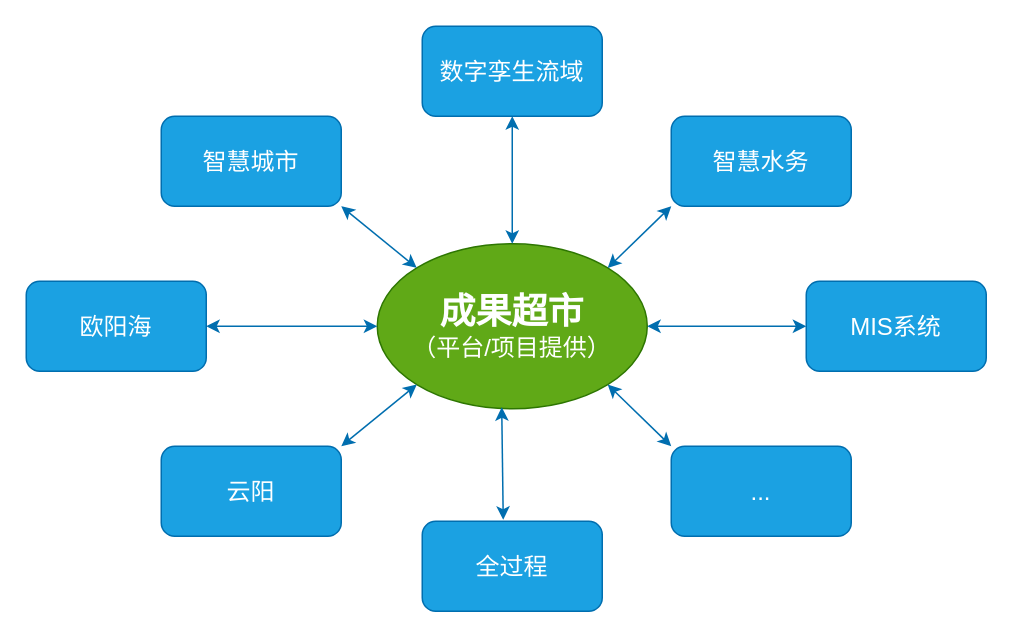
Above: 低代码——成果超市.drawio in tangyaosimida/love (draw.io), before the change. Source tidied: cells renumbered, new cells numbered last; positions are measured from the earlier drawing's top-left corner, leaving out a move shared by most shapes. Both pictures are drawn from the tidied source at 150%, with x=0, y=0 at pixel (26, 26).
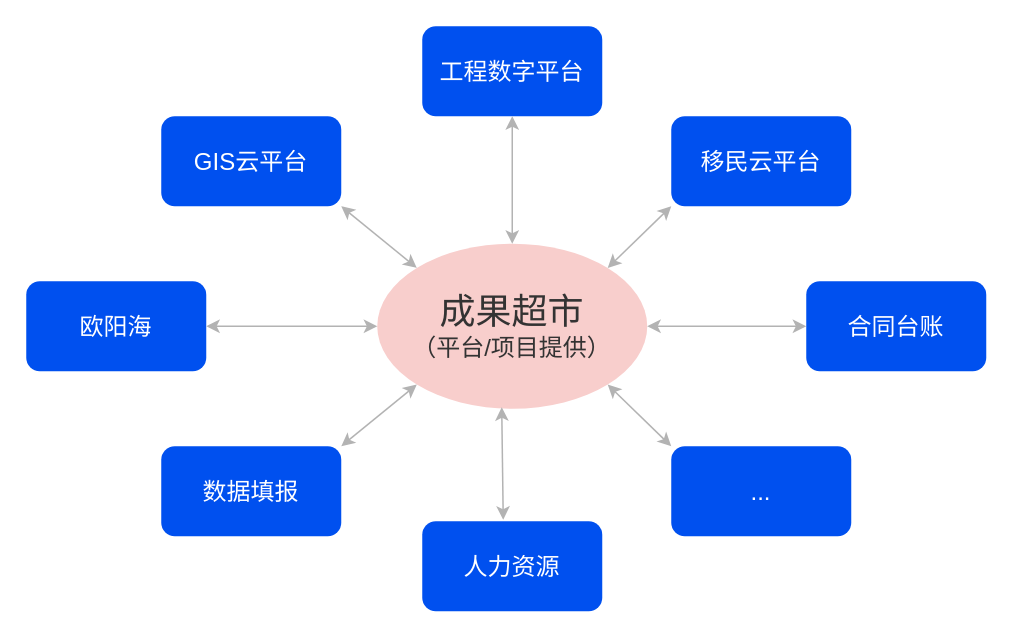
Above is the later version.

Commit message:
更新低代码——成果超市.drawio

What changed in the source:
```diff
@@
 <mxGraphModel>
   <root>
     <mxCell id="0" />
     <mxCell id="1" parent="0" />
-    <mxCell id="2" value="数字孪生流域" style="rounded=1;whiteSpace=wrap;html=1;fontSize=16;fillColor=#1ba1e2;strokeColor=#006EAF;fontColor=#ffffff;" parent="1" vertex="1">
+    <mxCell id="2" value="工程数字平台" style="rounded=1;whiteSpace=wrap;html=1;fontSize=16;fillColor=#0050ef;strokeColor=none;fontColor=#ffffff;" parent="1" vertex="1">
       <mxGeometry x="264" width="120" height="60" as="geometry" />
     </mxCell>
-    <mxCell id="3" value="智慧城市" style="rounded=1;whiteSpace=wrap;html=1;fontSize=16;fillColor=#1ba1e2;fontColor=#ffffff;strokeColor=#006EAF;" parent="1" vertex="1">
+    <mxCell id="3" value="GIS云平台" style="rounded=1;whiteSpace=wrap;html=1;fontSize=16;fillColor=#0050ef;fontColor=#ffffff;strokeColor=none;" parent="1" vertex="1">
       <mxGeometry x="90" y="60" width="120" height="60" as="geometry" />
     </mxCell>
-    <mxCell id="4" value="智慧水务" style="rounded=1;whiteSpace=wrap;html=1;fontSize=16;fillColor=#1ba1e2;strokeColor=#006EAF;fontColor=#ffffff;" parent="1" vertex="1">
+    <mxCell id="4" value="移民云平台" style="rounded=1;whiteSpace=wrap;html=1;fontSize=16;fillColor=#0050ef;strokeColor=none;fontColor=#ffffff;" parent="1" vertex="1">
       <mxGeometry x="430" y="60" width="120" height="60" as="geometry" />
     </mxCell>
-    <mxCell id="5" value="欧阳海" style="rounded=1;whiteSpace=wrap;html=1;fontSize=16;fillColor=#1ba1e2;strokeColor=#006EAF;fontColor=#ffffff;" parent="1" vertex="1">
+    <mxCell id="5" value="欧阳海" style="rounded=1;whiteSpace=wrap;html=1;fontSize=16;fillColor=#0050ef;strokeColor=none;fontColor=#ffffff;" parent="1" vertex="1">
       <mxGeometry y="170" width="120" height="60" as="geometry" />
     </mxCell>
-    <mxCell id="6" value="MIS系统" style="rounded=1;whiteSpace=wrap;html=1;fontSize=16;fillColor=#1ba1e2;strokeColor=#006EAF;fontColor=#ffffff;" parent="1" vertex="1">
+    <mxCell id="6" value="合同台账" style="rounded=1;whiteSpace=wrap;html=1;fontSize=16;fillColor=#0050ef;strokeColor=none;fontColor=#ffffff;" parent="1" vertex="1">
       <mxGeometry x="520" y="170" width="120" height="60" as="geometry" />
     </mxCell>
-    <mxCell id="7" value="云阳" style="rounded=1;whiteSpace=wrap;html=1;fontSize=16;fillColor=#1ba1e2;strokeColor=#006EAF;fontColor=#ffffff;" parent="1" vertex="1">
+    <mxCell id="7" value="数据填报" style="rounded=1;whiteSpace=wrap;html=1;fontSize=16;fillColor=#0050ef;strokeColor=none;fontColor=#ffffff;" parent="1" vertex="1">
       <mxGeometry x="90" y="280" width="120" height="60" as="geometry" />
     </mxCell>
-    <mxCell id="8" value="..." style="rounded=1;whiteSpace=wrap;html=1;fontSize=16;fillColor=#1ba1e2;strokeColor=#006EAF;fontColor=#ffffff;" parent="1" vertex="1">
+    <mxCell id="8" value="..." style="rounded=1;whiteSpace=wrap;html=1;fontSize=16;fillColor=#0050ef;strokeColor=none;fontColor=#ffffff;" parent="1" vertex="1">
       <mxGeometry x="430" y="280" width="120" height="60" as="geometry" />
     </mxCell>
-    <mxCell id="9" value="全过程" style="rounded=1;whiteSpace=wrap;html=1;fontSize=16;fillColor=#1ba1e2;strokeColor=#006EAF;fontColor=#ffffff;" parent="1" vertex="1">
+    <mxCell id="9" value="人力资源" style="rounded=1;whiteSpace=wrap;html=1;fontSize=16;fillColor=#0050ef;strokeColor=none;fontColor=#ffffff;" parent="1" vertex="1">
       <mxGeometry x="264" y="330" width="120" height="60" as="geometry" />
     </mxCell>
-    <mxCell id="10" value="&lt;font style=&quot;font-size: 24px;&quot;&gt;&lt;b&gt;成果超市&lt;/b&gt;&lt;/font&gt;&lt;div&gt;&lt;font size=&quot;3&quot;&gt;（平台/项目提供）&lt;/font&gt;&lt;/div&gt;" style="ellipse;whiteSpace=wrap;html=1;fillColor=#60a917;strokeColor=#2D7600;fontColor=#ffffff;" parent="1" vertex="1">
+    <mxCell id="10" value="&lt;font color=&quot;#333333&quot; style=&quot;font-size: 24px;&quot;&gt;成果超市&lt;/font&gt;&lt;div&gt;&lt;font color=&quot;#333333&quot; size=&quot;3&quot;&gt;（平台/项目提供）&lt;/font&gt;&lt;/div&gt;" style="ellipse;whiteSpace=wrap;html=1;fillColor=#f8cecc;strokeColor=none;" parent="1" vertex="1">
       <mxGeometry x="234" y="145" width="180" height="110" as="geometry" />
     </mxCell>
-    <mxCell id="11" style="endArrow=classic;startArrow=classic;html=1;rounded=0;exitX=0.5;exitY=0;exitDx=0;exitDy=0;fillColor=#1ba1e2;strokeColor=#006EAF;" parent="1" edge="1" source="10" target="2">
+    <mxCell id="11" style="endArrow=classic;startArrow=classic;html=1;rounded=0;exitX=0.5;exitY=0;exitDx=0;exitDy=0;fillColor=#1ba1e2;strokeColor=#B3B3B3;" parent="1" edge="1" source="10" target="2">
       <mxGeometry relative="1" as="geometry" />
     </mxCell>
-    <mxCell id="12" style="endArrow=classic;startArrow=classic;html=1;rounded=0;entryX=0;entryY=1;entryDx=0;entryDy=0;exitX=1;exitY=0;exitDx=0;exitDy=0;fillColor=#1ba1e2;strokeColor=#006EAF;" parent="1" edge="1" source="10" target="4">
+    <mxCell id="12" style="endArrow=classic;startArrow=classic;html=1;rounded=0;entryX=0;entryY=1;entryDx=0;entryDy=0;exitX=1;exitY=0;exitDx=0;exitDy=0;fillColor=#1ba1e2;strokeColor=#B3B3B3;" parent="1" edge="1" source="10" target="4">
       <mxGeometry relative="1" as="geometry" />
     </mxCell>
-    <mxCell id="13" style="endArrow=classic;startArrow=classic;html=1;rounded=0;exitX=1;exitY=0.5;exitDx=0;exitDy=0;entryX=0;entryY=0.5;entryDx=0;entryDy=0;fillColor=#1ba1e2;strokeColor=#006EAF;" parent="1" edge="1" source="10" target="6">
+    <mxCell id="13" style="endArrow=classic;startArrow=classic;html=1;rounded=0;exitX=1;exitY=0.5;exitDx=0;exitDy=0;entryX=0;entryY=0.5;entryDx=0;entryDy=0;fillColor=#1ba1e2;strokeColor=#B3B3B3;" parent="1" edge="1" source="10" target="6">
       <mxGeometry relative="1" as="geometry" />
     </mxCell>
-    <mxCell id="14" style="endArrow=classic;startArrow=classic;html=1;rounded=0;exitX=1;exitY=1;exitDx=0;exitDy=0;entryX=0;entryY=0;entryDx=0;entryDy=0;fillColor=#1ba1e2;strokeColor=#006EAF;" parent="1" edge="1" source="10" target="8">
+    <mxCell id="14" style="endArrow=classic;startArrow=classic;html=1;rounded=0;exitX=1;exitY=1;exitDx=0;exitDy=0;entryX=0;entryY=0;entryDx=0;entryDy=0;fillColor=#1ba1e2;strokeColor=#B3B3B3;" parent="1" edge="1" source="10" target="8">
       <mxGeometry relative="1" as="geometry" />
     </mxCell>
-    <mxCell id="15" style="endArrow=classic;startArrow=classic;html=1;rounded=0;exitX=0;exitY=0;exitDx=0;exitDy=0;entryX=1;entryY=1;entryDx=0;entryDy=0;fillColor=#1ba1e2;strokeColor=#006EAF;" parent="1" edge="1" source="10" target="3">
+    <mxCell id="15" style="endArrow=classic;startArrow=classic;html=1;rounded=0;exitX=0;exitY=0;exitDx=0;exitDy=0;entryX=1;entryY=1;entryDx=0;entryDy=0;fillColor=#1ba1e2;strokeColor=#B3B3B3;" parent="1" edge="1" source="10" target="3">
       <mxGeometry relative="1" as="geometry" />
     </mxCell>
-    <mxCell id="16" style="endArrow=classic;startArrow=classic;html=1;rounded=0;exitX=0;exitY=0.5;exitDx=0;exitDy=0;entryX=1;entryY=0.5;entryDx=0;entryDy=0;fillColor=#1ba1e2;strokeColor=#006EAF;" parent="1" edge="1" source="10" target="5">
+    <mxCell id="16" style="endArrow=classic;startArrow=classic;html=1;rounded=0;exitX=0;exitY=0.5;exitDx=0;exitDy=0;entryX=1;entryY=0.5;entryDx=0;entryDy=0;fillColor=#1ba1e2;strokeColor=#B3B3B3;" parent="1" edge="1" source="10" target="5">
       <mxGeometry relative="1" as="geometry" />
     </mxCell>
-    <mxCell id="17" style="endArrow=classic;startArrow=classic;html=1;rounded=0;exitX=0;exitY=1;exitDx=0;exitDy=0;entryX=1;entryY=0;entryDx=0;entryDy=0;fillColor=#1ba1e2;strokeColor=#006EAF;" parent="1" edge="1" source="10" target="7">
+    <mxCell id="17" style="endArrow=classic;startArrow=classic;html=1;rounded=0;exitX=0;exitY=1;exitDx=0;exitDy=0;entryX=1;entryY=0;entryDx=0;entryDy=0;fillColor=#1ba1e2;strokeColor=#B3B3B3;" parent="1" edge="1" source="10" target="7">
       <mxGeometry relative="1" as="geometry" />
     </mxCell>
-    <mxCell id="18" style="endArrow=classic;startArrow=classic;html=1;rounded=0;exitX=0.461;exitY=0.991;exitDx=0;exitDy=0;entryX=0.45;entryY=-0.017;entryDx=0;entryDy=0;exitPerimeter=0;entryPerimeter=0;fillColor=#1ba1e2;strokeColor=#006EAF;" parent="1" edge="1" source="10" target="9">
+    <mxCell id="18" style="endArrow=classic;startArrow=classic;html=1;rounded=0;exitX=0.461;exitY=0.991;exitDx=0;exitDy=0;entryX=0.45;entryY=-0.017;entryDx=0;entryDy=0;exitPerimeter=0;entryPerimeter=0;fillColor=#1ba1e2;strokeColor=#B3B3B3;" parent="1" edge="1" source="10" target="9">
       <mxGeometry relative="1" as="geometry" />
     </mxCell>
   </root>
 </mxGraphModel>
```
